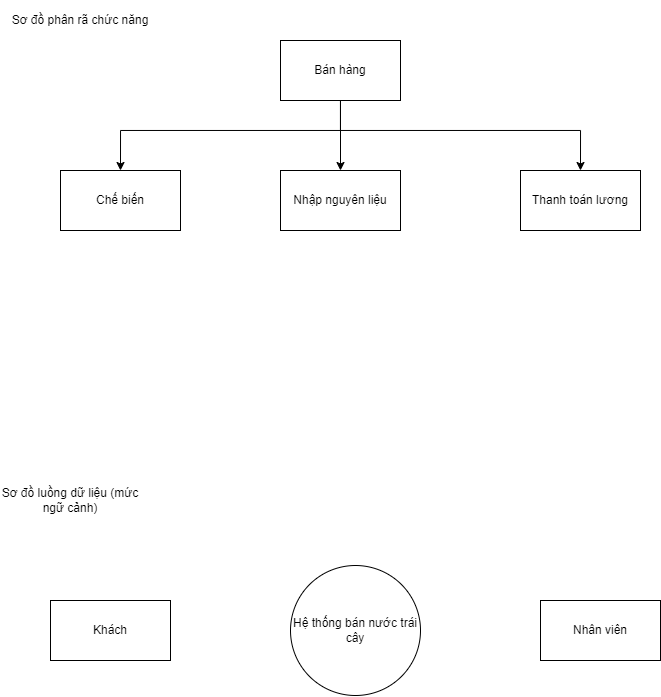
Above: DFD2.png in InfiniteByte1811/branch1 (draw.io), before the change. Source tidied: cells renumbered, new cells last; positions are measured from the earlier drawing's top-left corner, leaving out a move shared by most shapes.
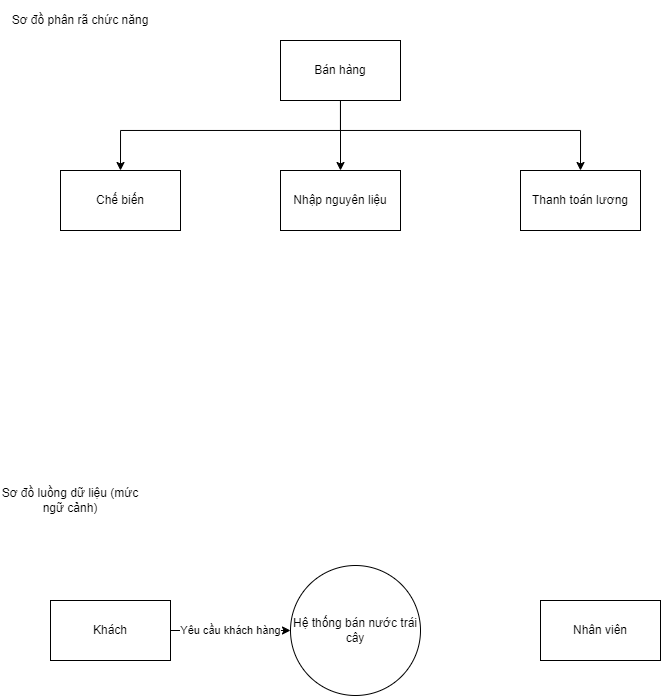
Later version of the same file.

Commit message:
Cập nhật DFD2.png

Diff of the diagram source:
```diff
@@ -42,6 +42,9 @@
     <mxCell id="11" value="Nhân viên" style="rounded=0;whiteSpace=wrap;html=1;" parent="1" vertex="1">
       <mxGeometry x="540" y="600" width="120" height="60" as="geometry" />
     </mxCell>
+    <mxCell id="14" value="Yêu cầu khách hàng" style="edgeStyle=orthogonalEdgeStyle;rounded=0;jettySize=auto;html=1;entryX=0;entryY=0.5;entryDx=0;entryDy=0;" parent="1" edge="1" source="12" target="13">
+      <mxGeometry relative="1" as="geometry" />
+    </mxCell>
     <mxCell id="12" value="Khách" style="rounded=0;whiteSpace=wrap;html=1;" parent="1" vertex="1">
       <mxGeometry x="50" y="600" width="120" height="60" as="geometry" />
     </mxCell>
```
